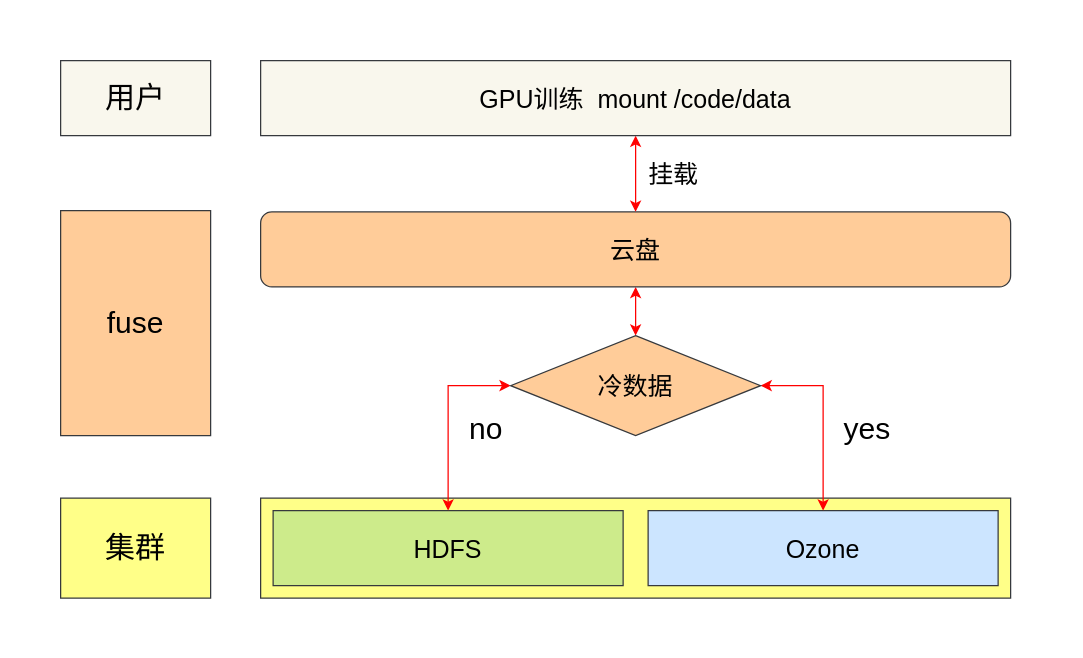
This is ozone/goozonefuseDiagram.drawio from Mengqi777/drawioproject, a draw.io file, before an edit. Source tidied: cells renumbered, new cells numbered last; positions are measured from the earlier drawing's top-left corner, leaving out a move shared by most shapes. Both pictures are drawn from the tidied source at 125%, with x=0, y=0 at pixel (60, 60).
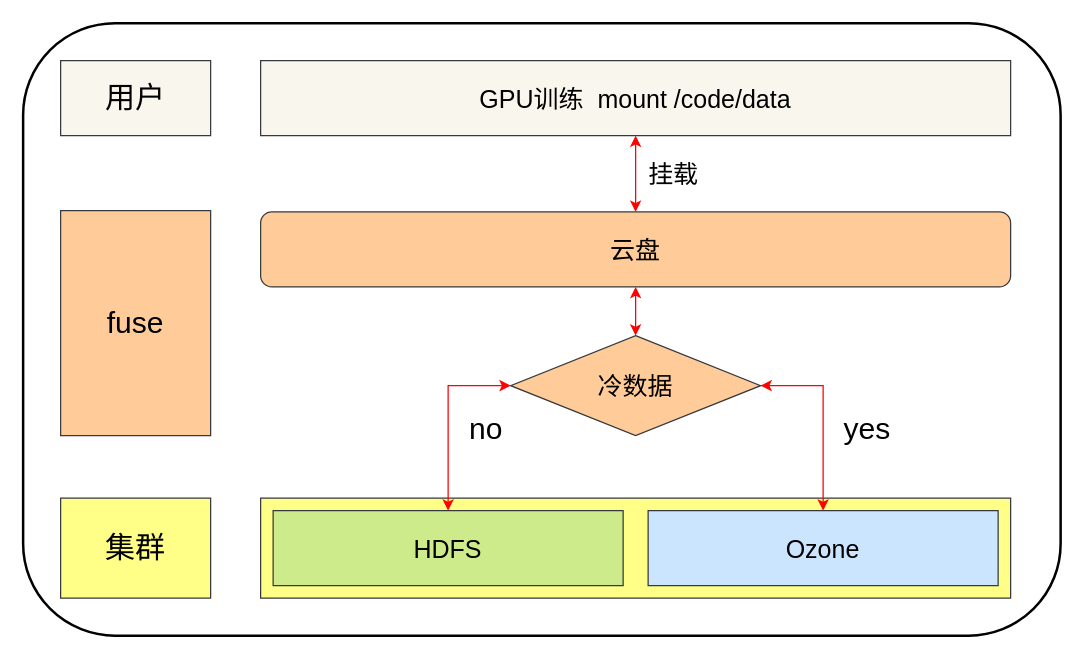
The same page after the edit.

Change to the diagram source:
```diff
@@
 <mxGraphModel>
   <root>
     <mxCell id="0" />
     <mxCell id="1" parent="0" />
     <mxCell id="2" style="rounded=0;whiteSpace=wrap;html=1;fillColor=#ffff88;strokeColor=#36393d;fontSize=20;" parent="1" vertex="1">
       <mxGeometry x="160" y="350" width="600" height="80" as="geometry" />
     </mxCell>
     <mxCell id="3" value="HDFS" style="rounded=0;whiteSpace=wrap;html=1;fillColor=#cdeb8b;strokeColor=#36393d;fontSize=20;" parent="1" vertex="1">
       <mxGeometry x="170" y="360" width="280" height="60" as="geometry" />
     </mxCell>
     <mxCell id="4" value="Ozone" style="rounded=0;whiteSpace=wrap;html=1;fillColor=#cce5ff;strokeColor=#36393d;fontSize=20;" parent="1" vertex="1">
       <mxGeometry x="470" y="360" width="280" height="60" as="geometry" />
     </mxCell>
     <mxCell id="5" style="edgeStyle=orthogonalEdgeStyle;rounded=0;jettySize=auto;html=1;exitX=0.5;exitY=1;exitDx=0;exitDy=0;fontSize=20;startArrow=classic;startFill=1;strokeColor=#FF0000;" parent="1" edge="1" source="6" target="12">
       <mxGeometry relative="1" as="geometry" />
     </mxCell>
     <mxCell id="6" value="云盘" style="rounded=1;whiteSpace=wrap;html=1;fillColor=#ffcc99;fontSize=20;strokeColor=#36393d;" parent="1" vertex="1">
       <mxGeometry x="160" y="121" width="600" height="60" as="geometry" />
     </mxCell>
     <mxCell id="7" style="edgeStyle=orthogonalEdgeStyle;rounded=0;jettySize=auto;html=1;exitX=0.5;exitY=1;exitDx=0;exitDy=0;entryX=0.5;entryY=0;entryDx=0;entryDy=0;fontSize=20;startArrow=classic;startFill=1;strokeColor=#FF0000;" parent="1" edge="1" source="8" target="6">
       <mxGeometry relative="1" as="geometry" />
     </mxCell>
     <mxCell id="8" value="GPU训练&amp;nbsp; mount /code/data" style="rounded=0;whiteSpace=wrap;html=1;fillColor=#f9f7ed;fontSize=20;strokeColor=#36393d;" parent="1" vertex="1">
       <mxGeometry x="160" width="600" height="60" as="geometry" />
     </mxCell>
     <mxCell id="9" value="挂载" style="text;html=1;align=center;verticalAlign=middle;fontSize=20;" parent="1" vertex="1">
       <mxGeometry x="460" y="75" width="60" height="30" as="geometry" />
     </mxCell>
     <mxCell id="10" style="edgeStyle=orthogonalEdgeStyle;rounded=0;jettySize=auto;html=1;exitX=1;exitY=0.5;exitDx=0;exitDy=0;entryX=0.5;entryY=0;entryDx=0;entryDy=0;fontSize=20;startArrow=classic;startFill=1;strokeColor=#FF0000;" parent="1" edge="1" source="12" target="4">
       <mxGeometry relative="1" as="geometry" />
     </mxCell>
     <mxCell id="11" style="edgeStyle=orthogonalEdgeStyle;rounded=0;jettySize=auto;html=1;exitX=0;exitY=0.5;exitDx=0;exitDy=0;entryX=0.5;entryY=0;entryDx=0;entryDy=0;fontSize=20;startArrow=classic;startFill=1;strokeColor=#FF0000;" parent="1" edge="1" source="12" target="3">
       <mxGeometry relative="1" as="geometry" />
     </mxCell>
     <mxCell id="12" value="冷数据" style="rhombus;whiteSpace=wrap;html=1;strokeColor=#36393d;fillColor=#ffcc99;fontSize=20;" parent="1" vertex="1">
       <mxGeometry x="360" y="220" width="200" height="80" as="geometry" />
     </mxCell>
     <mxCell id="13" value="用户" style="rounded=0;whiteSpace=wrap;html=1;fillColor=#f9f7ed;fontSize=24;strokeColor=#36393d;" parent="1" vertex="1">
       <mxGeometry width="120" height="60" as="geometry" />
     </mxCell>
     <mxCell id="14" value="集群" style="rounded=0;whiteSpace=wrap;html=1;fillColor=#ffff88;fontSize=24;strokeColor=#36393d;" parent="1" vertex="1">
       <mxGeometry y="350" width="120" height="80" as="geometry" />
     </mxCell>
     <mxCell id="15" value="fuse" style="rounded=0;whiteSpace=wrap;html=1;fillColor=#ffcc99;fontSize=24;strokeColor=#36393d;" parent="1" vertex="1">
       <mxGeometry y="120" width="120" height="180" as="geometry" />
     </mxCell>
     <mxCell id="16" value="no" style="text;html=1;align=center;verticalAlign=middle;fontSize=24;" parent="1" vertex="1">
       <mxGeometry x="320" y="280" width="40" height="30" as="geometry" />
     </mxCell>
     <mxCell id="17" value="yes" style="text;html=1;align=center;verticalAlign=middle;fontSize=24;" parent="1" vertex="1">
       <mxGeometry x="620" y="280" width="50" height="30" as="geometry" />
     </mxCell>
+    <mxCell id="18" style="rounded=1;whiteSpace=wrap;html=1;fontSize=24;fillColor=none;strokeWidth=2;" parent="1" vertex="1">
+      <mxGeometry x="-30" y="-30" width="830" height="490" as="geometry" />
+    </mxCell>
   </root>
 </mxGraphModel>
```
